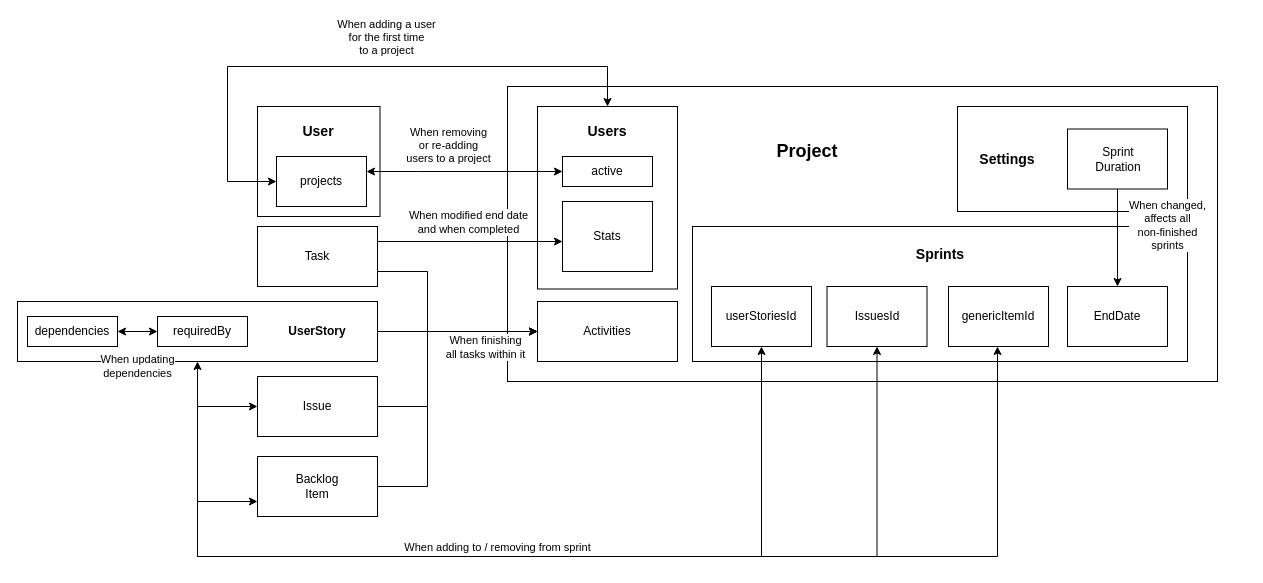
Before: firebase_dependencies.drawio in Apantli/Tenor, a draw.io diagram. Source tidied: cells renumbered, new cells numbered last; positions are measured from the earlier drawing's top-left corner, leaving out a move shared by most shapes. Both pictures are drawn from the tidied source at 100%, with x=0, y=0 at pixel (17, 66).
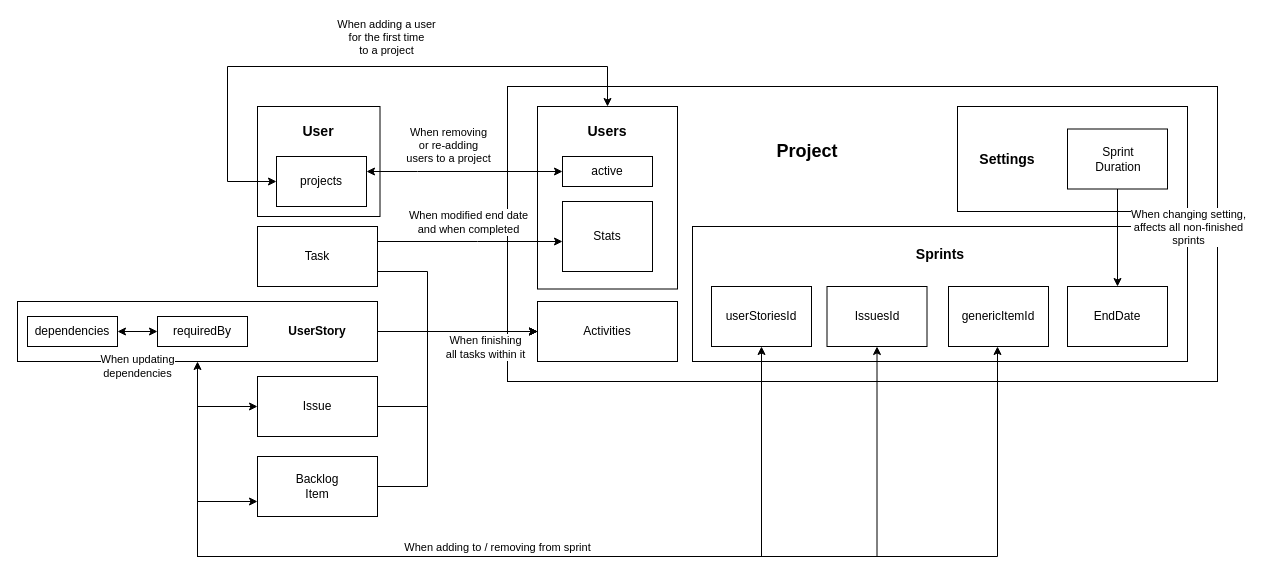
After the change.

Unchanged cells that the change refers to:
```xml
<mxCell id="35" style="edgeStyle=orthogonalEdgeStyle;rounded=0;jettySize=auto;html=1;entryX=0.5;entryY=0;entryDx=0;entryDy=0;" parent="1" edge="1" source="37" target="31">
  <mxGeometry relative="1" as="geometry" />
</mxCell>
```

The edit, as a diff of the source:
```diff
@@
-    <mxCell id="36" value="&lt;div&gt;When changed,&lt;/div&gt;&lt;div&gt;affects all&lt;/div&gt;&lt;div&gt;non-finished&lt;/div&gt;&lt;div&gt;sprints&lt;/div&gt;" style="edgeLabel;html=1;align=center;verticalAlign=middle;" parent="35" vertex="1">
+    <mxCell id="36" value="&lt;div&gt;When changing setting,&lt;/div&gt;&lt;div&gt;affects all&amp;nbsp;&lt;span style=&quot;background-color: light-dark(#ffffff, var(--ge-dark-color, #121212)); color: light-dark(rgb(0, 0, 0), rgb(255, 255, 255));&quot;&gt;non-finished&lt;/span&gt;&lt;/div&gt;&lt;div&gt;sprints&lt;/div&gt;" style="edgeLabel;html=1;align=center;verticalAlign=middle;" parent="35" vertex="1">
       <mxGeometry x="0.31" y="-1" relative="1" as="geometry">
-        <mxPoint x="50" y="-28" as="offset" />
+        <mxPoint x="71" y="-26" as="offset" />
       </mxGeometry>
     </mxCell>
```
